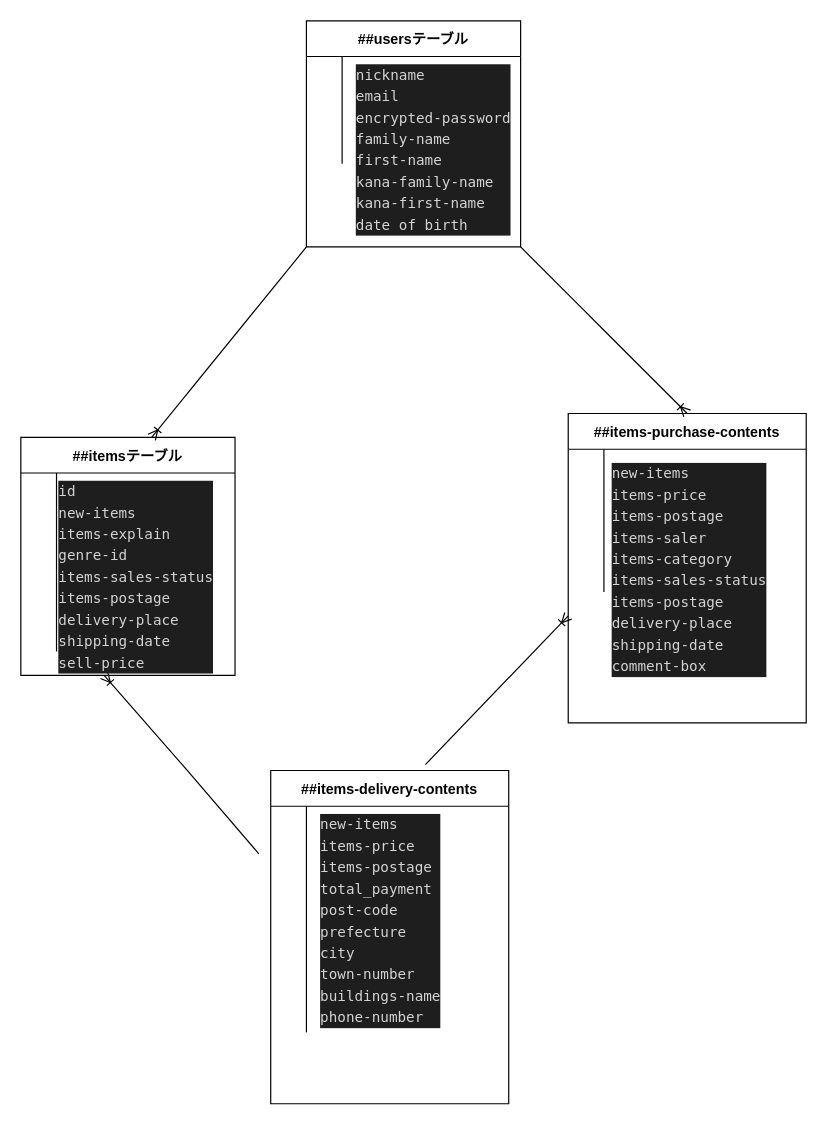
Above: test.dio in aimi-conforti/furima-36699 (draw.io), before the change. Source tidied: cells renumbered, new cells numbered last; positions are measured from the earlier drawing's top-left corner, leaving out a move shared by most shapes. Both pictures are drawn from the tidied source at 119%, with x=0, y=0 at pixel (20, 20).
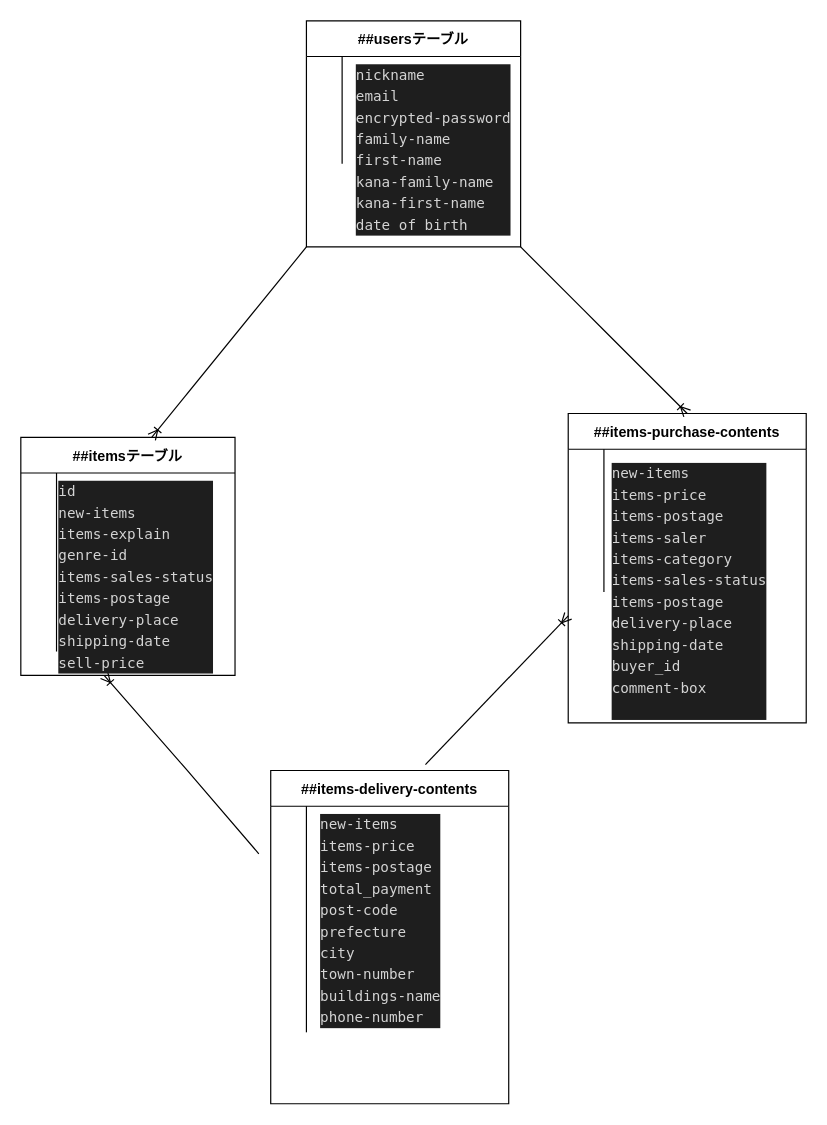
The same page after the edit.

The edit, as a diff of the source:
```diff
@@
-    <mxCell id="46" value="&lt;div style=&quot;color: rgb(212 , 212 , 212) ; background-color: rgb(30 , 30 , 30) ; font-family: &amp;#34;menlo&amp;#34; , &amp;#34;monaco&amp;#34; , &amp;#34;courier new&amp;#34; , monospace ; font-weight: normal ; font-size: 12px ; line-height: 18px&quot;&gt;&lt;div&gt;&lt;span style=&quot;color: #d4d4d4&quot;&gt;new-items&lt;/span&gt;&lt;/div&gt;&lt;div&gt;&lt;span style=&quot;color: #d4d4d4&quot;&gt;items-price&lt;/span&gt;&lt;/div&gt;&lt;div&gt;&lt;span style=&quot;color: #d4d4d4&quot;&gt;items-postage&lt;/span&gt;&lt;/div&gt;&lt;div&gt;&lt;span style=&quot;color: #d4d4d4&quot;&gt;items-saler&lt;/span&gt;&lt;/div&gt;&lt;div&gt;&lt;span style=&quot;color: #d4d4d4&quot;&gt;items-category&lt;/span&gt;&lt;/div&gt;&lt;div&gt;&lt;span style=&quot;color: #d4d4d4&quot;&gt;items-sales-status&lt;/span&gt;&lt;/div&gt;&lt;div&gt;&lt;span style=&quot;color: #d4d4d4&quot;&gt;items-postage&lt;/span&gt;&lt;/div&gt;&lt;div&gt;&lt;span style=&quot;color: #d4d4d4&quot;&gt;delivery-place&lt;/span&gt;&lt;/div&gt;&lt;div&gt;&lt;span style=&quot;color: #d4d4d4&quot;&gt;shipping-date&lt;/span&gt;&lt;/div&gt;&lt;div&gt;&lt;span style=&quot;color: #d4d4d4&quot;&gt;comment-box&lt;/span&gt;&lt;/div&gt;&lt;/div&gt;" style="text;whiteSpace=wrap;html=1;" parent="1" vertex="1">
+    <mxCell id="46" value="&lt;div style=&quot;color: rgb(212 , 212 , 212) ; background-color: rgb(30 , 30 , 30) ; font-family: &amp;#34;menlo&amp;#34; , &amp;#34;monaco&amp;#34; , &amp;#34;courier new&amp;#34; , monospace ; font-weight: normal ; font-size: 12px ; line-height: 18px&quot;&gt;&lt;div&gt;&lt;span style=&quot;color: #d4d4d4&quot;&gt;new-items&lt;/span&gt;&lt;/div&gt;&lt;div&gt;&lt;span style=&quot;color: #d4d4d4&quot;&gt;items-price&lt;/span&gt;&lt;/div&gt;&lt;div&gt;&lt;span style=&quot;color: #d4d4d4&quot;&gt;items-postage&lt;/span&gt;&lt;/div&gt;&lt;div&gt;&lt;span style=&quot;color: #d4d4d4&quot;&gt;items-saler&lt;/span&gt;&lt;/div&gt;&lt;div&gt;&lt;span style=&quot;color: #d4d4d4&quot;&gt;items-category&lt;/span&gt;&lt;/div&gt;&lt;div&gt;&lt;span style=&quot;color: #d4d4d4&quot;&gt;items-sales-status&lt;/span&gt;&lt;/div&gt;&lt;div&gt;&lt;span style=&quot;color: #d4d4d4&quot;&gt;items-postage&lt;/span&gt;&lt;/div&gt;&lt;div&gt;&lt;span style=&quot;color: #d4d4d4&quot;&gt;delivery-place&lt;/span&gt;&lt;/div&gt;&lt;div&gt;&lt;span style=&quot;color: #d4d4d4&quot;&gt;shipping-date&lt;/span&gt;&lt;/div&gt;&lt;div&gt;&lt;span style=&quot;color: #d4d4d4&quot;&gt;buyer_id&lt;/span&gt;&lt;/div&gt;&lt;div&gt;&lt;span style=&quot;color: #d4d4d4&quot;&gt;comment-box&lt;/span&gt;&lt;/div&gt;&lt;div&gt;&lt;br&gt;&lt;/div&gt;&lt;/div&gt;" style="text;whiteSpace=wrap;html=1;" parent="1" vertex="1">
       <mxGeometry x="495" y="365" width="135" height="210" as="geometry" />
     </mxCell>
```
